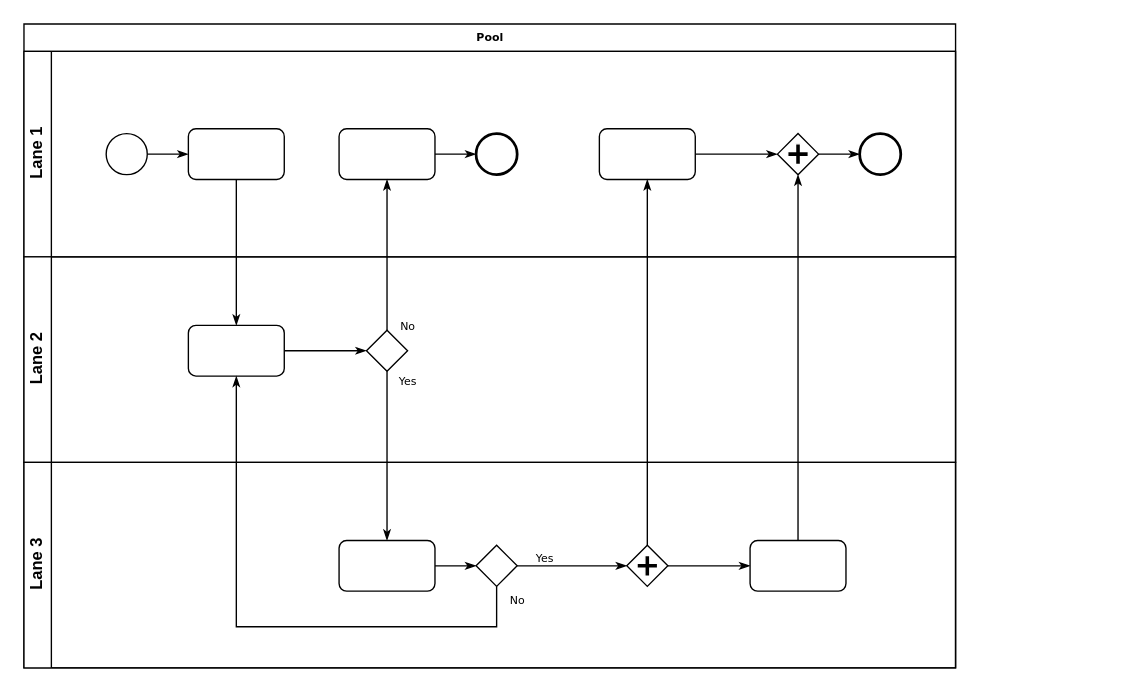
This is 未命名绘图.drawio from SK-Keith/sk-keith.github.io, a draw.io file, before an edit. Source tidied: cells renumbered, new cells numbered last; positions are measured from the earlier drawing's top-left corner, leaving out a move shared by most shapes. Both pictures are drawn from the tidied source at 137%, with x=0, y=0 at pixel (23, 23).
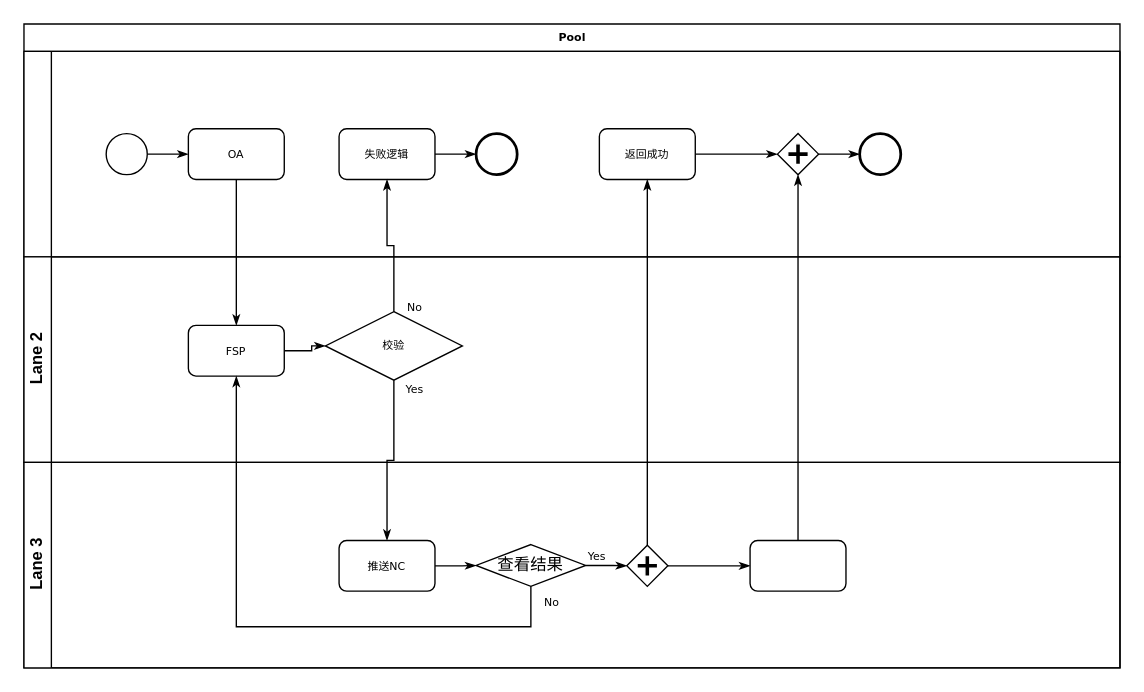
Above is the later version.

The edit, as a diff of the source:
```diff
@@
     <mxCell id="2" value="Pool" style="swimlane;html=1;horizontal=1;startSize=20;rounded=0;shadow=0;labelBackgroundColor=none;strokeWidth=1;fontFamily=Verdana;fontSize=8;align=center;" parent="1" vertex="1">
-      <mxGeometry width="680" height="470" as="geometry" />
+      <mxGeometry width="800" height="470" as="geometry" />
     </mxCell>
-    <mxCell id="3" value="Lane 1" style="swimlane;html=1;startSize=20;horizontal=0;" parent="2" vertex="1">
-      <mxGeometry y="20" width="680" height="150" as="geometry" />
+    <mxCell id="3" style="swimlane;html=1;startSize=20;horizontal=0;" parent="2" vertex="1">
+      <mxGeometry y="20" width="800" height="150" as="geometry" />
     </mxCell>
@@
-    <mxCell id="6" style="rounded=1;whiteSpace=wrap;html=1;shadow=0;labelBackgroundColor=none;strokeWidth=1;fontFamily=Verdana;fontSize=8;align=center;" parent="3" vertex="1">
+    <mxCell id="6" value="OA" style="rounded=1;whiteSpace=wrap;html=1;shadow=0;labelBackgroundColor=none;strokeWidth=1;fontFamily=Verdana;fontSize=8;align=center;" parent="3" vertex="1">
       <mxGeometry x="120" y="56.5" width="70" height="37" as="geometry" />
     </mxCell>
@@
-    <mxCell id="8" style="rounded=1;whiteSpace=wrap;html=1;shadow=0;labelBackgroundColor=none;strokeWidth=1;fontFamily=Verdana;fontSize=8;align=center;" parent="3" vertex="1">
+    <mxCell id="8" value="失败逻辑" style="rounded=1;whiteSpace=wrap;html=1;shadow=0;labelBackgroundColor=none;strokeWidth=1;fontFamily=Verdana;fontSize=8;align=center;" parent="3" vertex="1">
       <mxGeometry x="230" y="56.5" width="70" height="37" as="geometry" />
     </mxCell>
@@
-    <mxCell id="11" style="rounded=1;whiteSpace=wrap;html=1;shadow=0;labelBackgroundColor=none;strokeWidth=1;fontFamily=Verdana;fontSize=8;align=center;" parent="3" vertex="1">
+    <mxCell id="11" value="返回成功" style="rounded=1;whiteSpace=wrap;html=1;shadow=0;labelBackgroundColor=none;strokeWidth=1;fontFamily=Verdana;fontSize=8;align=center;" parent="3" vertex="1">
       <mxGeometry x="420" y="56.5" width="70" height="37" as="geometry" />
     </mxCell>
@@
     <mxCell id="15" value="Lane 2" style="swimlane;html=1;startSize=20;horizontal=0;" parent="2" vertex="1">
-      <mxGeometry y="170" width="680" height="150" as="geometry" />
+      <mxGeometry y="170" width="800" height="150" as="geometry" />
     </mxCell>
@@
-    <mxCell id="17" style="rounded=1;whiteSpace=wrap;html=1;shadow=0;labelBackgroundColor=none;strokeWidth=1;fontFamily=Verdana;fontSize=8;align=center;" parent="15" vertex="1">
+    <mxCell id="17" value="FSP&lt;br&gt;" style="rounded=1;whiteSpace=wrap;html=1;shadow=0;labelBackgroundColor=none;strokeWidth=1;fontFamily=Verdana;fontSize=8;align=center;" parent="15" vertex="1">
       <mxGeometry x="120" y="50" width="70" height="37" as="geometry" />
     </mxCell>
-    <mxCell id="18" style="strokeWidth=1;html=1;shape=mxgraph.flowchart.decision;whiteSpace=wrap;rounded=1;shadow=0;labelBackgroundColor=none;fontFamily=Verdana;fontSize=8;align=center;" parent="15" vertex="1">
-      <mxGeometry x="250" y="53.5" width="30" height="30" as="geometry" />
+    <mxCell id="18" value="校验" style="strokeWidth=1;html=1;shape=mxgraph.flowchart.decision;whiteSpace=wrap;rounded=1;shadow=0;labelBackgroundColor=none;fontFamily=Verdana;fontSize=8;align=center;" parent="15" vertex="1">
+      <mxGeometry x="220" y="40" width="100" height="50" as="geometry" />
     </mxCell>
     <mxCell id="19" value="Lane 3" style="swimlane;html=1;startSize=20;horizontal=0;" parent="2" vertex="1">
-      <mxGeometry y="320" width="680" height="150" as="geometry" />
+      <mxGeometry y="320" width="800" height="150" as="geometry" />
     </mxCell>
@@
-    <mxCell id="21" style="rounded=1;whiteSpace=wrap;html=1;shadow=0;labelBackgroundColor=none;strokeWidth=1;fontFamily=Verdana;fontSize=8;align=center;" parent="19" vertex="1">
+    <mxCell id="21" value="推送NC" style="rounded=1;whiteSpace=wrap;html=1;shadow=0;labelBackgroundColor=none;strokeWidth=1;fontFamily=Verdana;fontSize=8;align=center;" parent="19" vertex="1">
       <mxGeometry x="230" y="57" width="70" height="37" as="geometry" />
     </mxCell>
@@
-    <mxCell id="23" style="strokeWidth=1;html=1;shape=mxgraph.flowchart.decision;whiteSpace=wrap;rounded=1;shadow=0;labelBackgroundColor=none;fontFamily=Verdana;fontSize=8;align=center;" parent="19" vertex="1">
-      <mxGeometry x="330" y="60.5" width="30" height="30" as="geometry" />
+    <mxCell id="23" value="查看结果" style="strokeWidth=1;html=1;shape=mxgraph.flowchart.decision;whiteSpace=wrap;rounded=1;shadow=0;labelBackgroundColor=none;fontFamily=Verdana;fontSize=12;align=center;" parent="19" vertex="1">
+      <mxGeometry x="330" y="60" width="80" height="30.5" as="geometry" />
     </mxCell>
@@
     <mxCell id="31" value="No" style="edgeStyle=orthogonalEdgeStyle;rounded=0;html=1;labelBackgroundColor=none;startArrow=none;startFill=0;startSize=5;endArrow=classicThin;endFill=1;endSize=5;jettySize=auto;strokeWidth=1;fontFamily=Verdana;fontSize=8;" parent="2" edge="1" source="23" target="17">
       <mxGeometry x="-0.95" y="15" relative="1" as="geometry">
         <Array as="points">
-          <mxPoint x="345" y="440" />
+          <mxPoint x="370" y="440" />
           <mxPoint x="155" y="440" />
         </Array>
       </mxGeometry>
     </mxCell>
```
